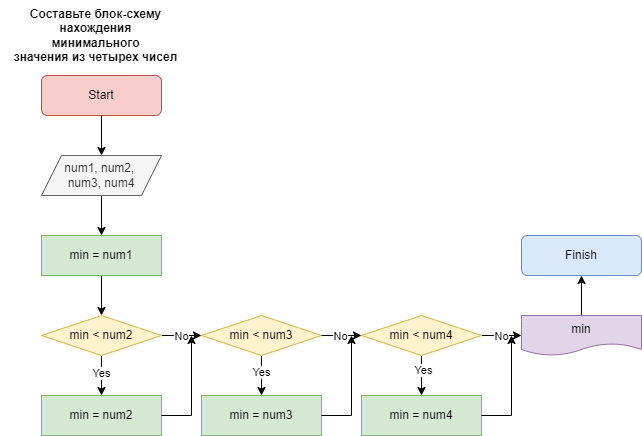
This is T1S1/task7.png from mgrom-dev/gb, a draw.io export, as it was before one commit. Source tidied: cells renumbered, new cells last; positions are measured from the earlier drawing's top-left corner, leaving out a move shared by most shapes. Source of this version:
```xml
<mxGraphModel>
  <root>
    <mxCell id="0" />
    <mxCell id="1" parent="0" />
    <mxCell id="2" value="Start" style="rounded=1;whiteSpace=wrap;html=1;fontSize=12;glass=0;strokeWidth=1;shadow=0;fillColor=#f8cecc;strokeColor=#b85450;" parent="1" vertex="1">
      <mxGeometry x="41" y="75" width="120" height="40" as="geometry" />
    </mxCell>
    <mxCell id="3" style="edgeStyle=orthogonalEdgeStyle;rounded=0;jettySize=auto;html=1;" parent="1" edge="1" source="4" target="10">
      <mxGeometry relative="1" as="geometry" />
    </mxCell>
    <mxCell id="4" value="num1, num2,&amp;nbsp;&lt;br&gt;num3, num4" style="shape=parallelogram;perimeter=parallelogramPerimeter;whiteSpace=wrap;html=1;fixedSize=1;fillColor=#f5f5f5;fontColor=#333333;strokeColor=#666666;" parent="1" vertex="1">
      <mxGeometry x="41" y="155" width="120" height="40" as="geometry" />
    </mxCell>
    <mxCell id="5" style="edgeStyle=orthogonalEdgeStyle;rounded=0;jettySize=auto;html=1;exitX=0.5;exitY=0;exitDx=0;exitDy=0;entryX=0.5;entryY=1;entryDx=0;entryDy=0;" parent="1" edge="1" source="6" target="7">
      <mxGeometry relative="1" as="geometry" />
    </mxCell>
    <mxCell id="6" value="min" style="shape=document;whiteSpace=wrap;html=1;boundedLbl=1;fillColor=#e1d5e7;strokeColor=#9673a6;" parent="1" vertex="1">
      <mxGeometry x="521" y="315" width="120" height="40" as="geometry" />
    </mxCell>
    <mxCell id="7" value="Finish" style="rounded=1;whiteSpace=wrap;html=1;fillColor=#dae8fc;strokeColor=#6c8ebf;" parent="1" vertex="1">
      <mxGeometry x="521" y="235" width="120" height="40" as="geometry" />
    </mxCell>
    <mxCell id="8" value="Составьте блок-схему&lt;br/&gt;нахождения &lt;br&gt;минимального&lt;br/&gt;значения из четырех чисел" style="text;html=1;align=center;verticalAlign=middle;strokeColor=none;fillColor=none;fontStyle=1;" parent="1" vertex="1">
      <mxGeometry width="190" height="70" as="geometry" />
    </mxCell>
    <mxCell id="9" style="edgeStyle=orthogonalEdgeStyle;rounded=0;jettySize=auto;html=1;" parent="1" edge="1" source="10" target="16">
      <mxGeometry relative="1" as="geometry" />
    </mxCell>
    <mxCell id="10" value="min = num1" style="whiteSpace=wrap;html=1;fillColor=#d5e8d4;strokeColor=#82b366;" parent="1" vertex="1">
      <mxGeometry x="41" y="235" width="120" height="40" as="geometry" />
    </mxCell>
    <mxCell id="11" style="endArrow=classic;html=1;rounded=0;" parent="1" edge="1" source="2">
      <mxGeometry relative="1" as="geometry">
        <mxPoint x="101" y="155" as="targetPoint" />
      </mxGeometry>
    </mxCell>
    <mxCell id="12" style="edgeStyle=orthogonalEdgeStyle;rounded=0;jettySize=auto;html=1;" parent="1" edge="1" source="16" target="17">
      <mxGeometry relative="1" as="geometry" />
    </mxCell>
    <mxCell id="13" value="Yes" style="edgeLabel;html=1;align=center;verticalAlign=middle;" parent="12" vertex="1">
      <mxGeometry x="-0.15" y="-1" relative="1" as="geometry" />
    </mxCell>
    <mxCell id="14" style="edgeStyle=orthogonalEdgeStyle;rounded=0;jettySize=auto;html=1;" parent="1" edge="1" source="16" target="20">
      <mxGeometry relative="1" as="geometry" />
    </mxCell>
    <mxCell id="15" value="No" style="edgeLabel;html=1;align=center;verticalAlign=middle;" parent="14" vertex="1">
      <mxGeometry x="-0.05" relative="1" as="geometry" />
    </mxCell>
    <mxCell id="16" value="min &amp;lt; num2" style="rhombus;whiteSpace=wrap;html=1;fillColor=#fff2cc;strokeColor=#d6b656;" parent="1" vertex="1">
      <mxGeometry x="41" y="315" width="120" height="40" as="geometry" />
    </mxCell>
    <mxCell id="17" value="min = num2" style="whiteSpace=wrap;html=1;fillColor=#d5e8d4;strokeColor=#82b366;" parent="1" vertex="1">
      <mxGeometry x="41" y="395" width="120" height="40" as="geometry" />
    </mxCell>
    <mxCell id="18" style="edgeStyle=orthogonalEdgeStyle;rounded=0;jettySize=auto;html=1;entryX=0.5;entryY=0;entryDx=0;entryDy=0;" parent="1" edge="1" source="20" target="22">
      <mxGeometry relative="1" as="geometry" />
    </mxCell>
    <mxCell id="19" value="Yes" style="edgeLabel;html=1;align=center;verticalAlign=middle;" parent="18" vertex="1">
      <mxGeometry x="-0.2" y="-1" relative="1" as="geometry" />
    </mxCell>
    <mxCell id="20" value="min &amp;lt; num3" style="rhombus;whiteSpace=wrap;html=1;fillColor=#fff2cc;strokeColor=#d6b656;" parent="1" vertex="1">
      <mxGeometry x="201" y="315" width="120" height="40" as="geometry" />
    </mxCell>
    <mxCell id="21" style="endArrow=classic;html=1;rounded=0;" parent="1" edge="1">
      <mxGeometry relative="1" as="geometry">
        <mxPoint x="161" y="415" as="sourcePoint" />
        <mxPoint x="191" y="335" as="targetPoint" />
        <Array as="points">
          <mxPoint x="191" y="415" />
        </Array>
      </mxGeometry>
    </mxCell>
    <mxCell id="22" value="min = num3" style="whiteSpace=wrap;html=1;fillColor=#d5e8d4;strokeColor=#82b366;" parent="1" vertex="1">
      <mxGeometry x="201" y="395" width="120" height="40" as="geometry" />
    </mxCell>
    <mxCell id="23" style="endArrow=classic;html=1;rounded=0;" parent="1" edge="1">
      <mxGeometry relative="1" as="geometry">
        <mxPoint x="321" y="415" as="sourcePoint" />
        <mxPoint x="351" y="335" as="targetPoint" />
        <Array as="points">
          <mxPoint x="351" y="415" />
        </Array>
      </mxGeometry>
    </mxCell>
    <mxCell id="24" style="edgeStyle=orthogonalEdgeStyle;rounded=0;jettySize=auto;html=1;" parent="1" edge="1" source="28">
      <mxGeometry relative="1" as="geometry">
        <mxPoint x="521" y="335" as="targetPoint" />
      </mxGeometry>
    </mxCell>
    <mxCell id="25" value="No" style="edgeLabel;html=1;align=center;verticalAlign=middle;" parent="24" vertex="1">
      <mxGeometry x="-0.05" relative="1" as="geometry" />
    </mxCell>
    <mxCell id="26" style="edgeStyle=orthogonalEdgeStyle;rounded=0;jettySize=auto;html=1;exitX=0.5;exitY=1;exitDx=0;exitDy=0;entryX=0.5;entryY=0;entryDx=0;entryDy=0;" parent="1" edge="1" source="28" target="31">
      <mxGeometry relative="1" as="geometry" />
    </mxCell>
    <mxCell id="27" value="Yes" style="edgeLabel;html=1;align=center;verticalAlign=middle;" parent="26" vertex="1">
      <mxGeometry x="-0.3" y="1" relative="1" as="geometry" />
    </mxCell>
    <mxCell id="28" value="min &amp;lt; num4" style="rhombus;whiteSpace=wrap;html=1;fillColor=#fff2cc;strokeColor=#d6b656;" parent="1" vertex="1">
      <mxGeometry x="361" y="315" width="120" height="40" as="geometry" />
    </mxCell>
    <mxCell id="29" style="endArrow=classic;html=1;rounded=0;exitX=1;exitY=0.5;exitDx=0;exitDy=0;" parent="1" edge="1" source="20">
      <mxGeometry relative="1" as="geometry">
        <mxPoint x="361" y="335" as="targetPoint" />
      </mxGeometry>
    </mxCell>
    <mxCell id="30" value="No" style="edgeLabel;html=1;align=center;verticalAlign=middle;" parent="29" vertex="1">
      <mxGeometry x="-0.1" relative="1" as="geometry" />
    </mxCell>
    <mxCell id="31" value="min = num4" style="whiteSpace=wrap;html=1;fillColor=#d5e8d4;strokeColor=#82b366;" parent="1" vertex="1">
      <mxGeometry x="361" y="395" width="120" height="40" as="geometry" />
    </mxCell>
    <mxCell id="32" style="endArrow=classic;html=1;rounded=0;" parent="1" edge="1">
      <mxGeometry relative="1" as="geometry">
        <mxPoint x="481" y="415" as="sourcePoint" />
        <mxPoint x="511" y="335" as="targetPoint" />
        <Array as="points">
          <mxPoint x="511" y="415" />
        </Array>
      </mxGeometry>
    </mxCell>
  </root>
</mxGraphModel>
```
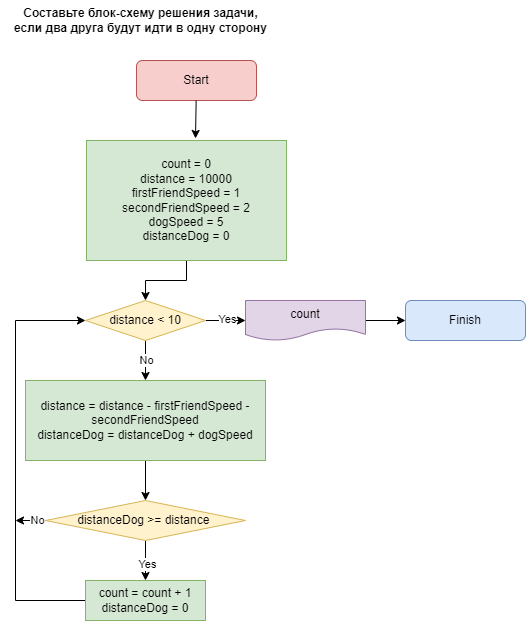
The same diagram one commit later.

Commit message:
complete task7 from T1S1

Change to the diagram source:
```diff
@@ -3,121 +3,77 @@
     <mxCell id="0" />
     <mxCell id="1" parent="0" />
     <mxCell id="2" value="Start" style="rounded=1;whiteSpace=wrap;html=1;fontSize=12;glass=0;strokeWidth=1;shadow=0;fillColor=#f8cecc;strokeColor=#b85450;" parent="1" vertex="1">
-      <mxGeometry x="41" y="75" width="120" height="40" as="geometry" />
+      <mxGeometry x="91" y="75" width="120" height="40" as="geometry" />
     </mxCell>
-    <mxCell id="3" style="edgeStyle=orthogonalEdgeStyle;rounded=0;jettySize=auto;html=1;" parent="1" edge="1" source="4" target="10">
-      <mxGeometry relative="1" as="geometry" />
-    </mxCell>
-    <mxCell id="4" value="num1, num2,&amp;nbsp;&lt;br&gt;num3, num4" style="shape=parallelogram;perimeter=parallelogramPerimeter;whiteSpace=wrap;html=1;fixedSize=1;fillColor=#f5f5f5;fontColor=#333333;strokeColor=#666666;" parent="1" vertex="1">
-      <mxGeometry x="41" y="155" width="120" height="40" as="geometry" />
-    </mxCell>
-    <mxCell id="5" style="edgeStyle=orthogonalEdgeStyle;rounded=0;jettySize=auto;html=1;exitX=0.5;exitY=0;exitDx=0;exitDy=0;entryX=0.5;entryY=1;entryDx=0;entryDy=0;" parent="1" edge="1" source="6" target="7">
+    <mxCell id="5" style="edgeStyle=orthogonalEdgeStyle;rounded=0;jettySize=auto;html=1;exitX=1;exitY=0.5;exitDx=0;exitDy=0;entryX=0;entryY=0.5;entryDx=0;entryDy=0;" parent="1" edge="1" source="6" target="7">
       <mxGeometry relative="1" as="geometry" />
     </mxCell>
-    <mxCell id="6" value="min" style="shape=document;whiteSpace=wrap;html=1;boundedLbl=1;fillColor=#e1d5e7;strokeColor=#9673a6;" parent="1" vertex="1">
-      <mxGeometry x="521" y="315" width="120" height="40" as="geometry" />
+    <mxCell id="6" value="count" style="shape=document;whiteSpace=wrap;html=1;boundedLbl=1;fillColor=#e1d5e7;strokeColor=#9673a6;" parent="1" vertex="1">
+      <mxGeometry x="200" y="315" width="120" height="40" as="geometry" />
     </mxCell>
     <mxCell id="7" value="Finish" style="rounded=1;whiteSpace=wrap;html=1;fillColor=#dae8fc;strokeColor=#6c8ebf;" parent="1" vertex="1">
-      <mxGeometry x="521" y="235" width="120" height="40" as="geometry" />
+      <mxGeometry x="360" y="315" width="120" height="40" as="geometry" />
     </mxCell>
-    <mxCell id="8" value="Составьте блок-схему&lt;br/&gt;нахождения &lt;br&gt;минимального&lt;br/&gt;значения из четырех чисел" style="text;html=1;align=center;verticalAlign=middle;strokeColor=none;fillColor=none;fontStyle=1;" parent="1" vertex="1">
-      <mxGeometry width="190" height="70" as="geometry" />
+    <mxCell id="8" value="Составьте блок-схему решения задачи, &lt;br&gt;если два друга будут идти в одну сторону" style="text;html=1;align=center;verticalAlign=middle;strokeColor=none;fillColor=none;fontStyle=1;" parent="1" vertex="1">
+      <mxGeometry x="-45" y="15" width="280" height="40" as="geometry" />
     </mxCell>
-    <mxCell id="9" style="edgeStyle=orthogonalEdgeStyle;rounded=0;jettySize=auto;html=1;" parent="1" edge="1" source="10" target="16">
+    <mxCell id="9" style="edgeStyle=orthogonalEdgeStyle;rounded=0;jettySize=auto;html=1;exitX=0.5;exitY=1;exitDx=0;exitDy=0;" parent="1" edge="1" source="10" target="16">
       <mxGeometry relative="1" as="geometry" />
     </mxCell>
-    <mxCell id="10" value="min = num1" style="whiteSpace=wrap;html=1;fillColor=#d5e8d4;strokeColor=#82b366;" parent="1" vertex="1">
-      <mxGeometry x="41" y="235" width="120" height="40" as="geometry" />
+    <mxCell id="10" value="count = 0&lt;br&gt;distance = 10000&lt;br&gt;firstFriendSpeed = 1&lt;br&gt;secondFriendSpeed = 2&lt;br&gt;dogSpeed = 5&lt;br&gt;distanceDog = 0" style="whiteSpace=wrap;html=1;fillColor=#d5e8d4;strokeColor=#82b366;" parent="1" vertex="1">
+      <mxGeometry x="41" y="155" width="200" height="120" as="geometry" />
     </mxCell>
-    <mxCell id="11" style="endArrow=classic;html=1;rounded=0;" parent="1" edge="1" source="2">
-      <mxGeometry relative="1" as="geometry">
-        <mxPoint x="101" y="155" as="targetPoint" />
-      </mxGeometry>
+    <mxCell id="11" style="endArrow=classic;html=1;rounded=0;entryX=0.545;entryY=-0.017;entryDx=0;entryDy=0;entryPerimeter=0;" parent="1" edge="1" source="2" target="10">
+      <mxGeometry relative="1" as="geometry" />
     </mxCell>
-    <mxCell id="12" style="edgeStyle=orthogonalEdgeStyle;rounded=0;jettySize=auto;html=1;" parent="1" edge="1" source="16" target="17">
+    <mxCell id="12" style="edgeStyle=orthogonalEdgeStyle;rounded=0;jettySize=auto;html=1;exitX=0.5;exitY=1;exitDx=0;exitDy=0;entryX=0.5;entryY=0;entryDx=0;entryDy=0;" parent="1" edge="1" source="16" target="17">
       <mxGeometry relative="1" as="geometry" />
     </mxCell>
-    <mxCell id="13" value="Yes" style="edgeLabel;html=1;align=center;verticalAlign=middle;" parent="12" vertex="1">
-      <mxGeometry x="-0.15" y="-1" relative="1" as="geometry" />
-    </mxCell>
-    <mxCell id="14" style="edgeStyle=orthogonalEdgeStyle;rounded=0;jettySize=auto;html=1;" parent="1" edge="1" source="16" target="20">
-      <mxGeometry relative="1" as="geometry" />
-    </mxCell>
-    <mxCell id="15" value="No" style="edgeLabel;html=1;align=center;verticalAlign=middle;" parent="14" vertex="1">
-      <mxGeometry x="-0.05" relative="1" as="geometry" />
-    </mxCell>
+    <mxCell id="33" value="No" style="edgeLabel;html=1;align=center;verticalAlign=middle;" parent="12" vertex="1">
+      <mxGeometry x="-0.05" relative="1" as="geometry" />
+    </mxCell>
+    <mxCell id="34" style="edgeStyle=orthogonalEdgeStyle;rounded=0;jettySize=auto;html=1;exitX=1;exitY=0.5;exitDx=0;exitDy=0;entryX=0;entryY=0.5;entryDx=0;entryDy=0;" parent="1" edge="1" source="16" target="6">
+      <mxGeometry relative="1" as="geometry" />
+    </mxCell>
+    <mxCell id="35" value="Yes" style="edgeLabel;html=1;align=center;verticalAlign=middle;" parent="34" vertex="1">
+      <mxGeometry x="0.05" y="2" relative="1" as="geometry" />
+    </mxCell>
-    <mxCell id="16" value="min &amp;lt; num2" style="rhombus;whiteSpace=wrap;html=1;fillColor=#fff2cc;strokeColor=#d6b656;" parent="1" vertex="1">
-      <mxGeometry x="41" y="315" width="120" height="40" as="geometry" />
+    <mxCell id="16" value="distance &amp;lt; 10" style="rhombus;whiteSpace=wrap;html=1;fillColor=#fff2cc;strokeColor=#d6b656;" parent="1" vertex="1">
+      <mxGeometry x="40" y="315" width="120" height="40" as="geometry" />
     </mxCell>
+    <mxCell id="36" style="edgeStyle=orthogonalEdgeStyle;rounded=0;jettySize=auto;html=1;exitX=0.5;exitY=1;exitDx=0;exitDy=0;entryX=0.5;entryY=0;entryDx=0;entryDy=0;" parent="1" edge="1" source="17" target="41">
+      <mxGeometry relative="1" as="geometry" />
+    </mxCell>
-    <mxCell id="17" value="min = num2" style="whiteSpace=wrap;html=1;fillColor=#d5e8d4;strokeColor=#82b366;" parent="1" vertex="1">
-      <mxGeometry x="41" y="395" width="120" height="40" as="geometry" />
+    <mxCell id="17" value="distance = distance - firstFriendSpeed - secondFriendSpeed&lt;br&gt;distanceDog = distanceDog&amp;nbsp;+ dogSpeed" style="whiteSpace=wrap;html=1;fillColor=#d5e8d4;strokeColor=#82b366;" parent="1" vertex="1">
+      <mxGeometry x="-20" y="395" width="240" height="80" as="geometry" />
     </mxCell>
-    <mxCell id="18" style="edgeStyle=orthogonalEdgeStyle;rounded=0;jettySize=auto;html=1;entryX=0.5;entryY=0;entryDx=0;entryDy=0;" parent="1" edge="1" source="20" target="22">
-      <mxGeometry relative="1" as="geometry" />
-    </mxCell>
-    <mxCell id="19" value="Yes" style="edgeLabel;html=1;align=center;verticalAlign=middle;" parent="18" vertex="1">
-      <mxGeometry x="-0.2" y="-1" relative="1" as="geometry" />
-    </mxCell>
-    <mxCell id="20" value="min &amp;lt; num3" style="rhombus;whiteSpace=wrap;html=1;fillColor=#fff2cc;strokeColor=#d6b656;" parent="1" vertex="1">
-      <mxGeometry x="201" y="315" width="120" height="40" as="geometry" />
-    </mxCell>
-    <mxCell id="21" style="endArrow=classic;html=1;rounded=0;" parent="1" edge="1">
-      <mxGeometry relative="1" as="geometry">
-        <mxPoint x="161" y="415" as="sourcePoint" />
-        <mxPoint x="191" y="335" as="targetPoint" />
-        <Array as="points">
-          <mxPoint x="191" y="415" />
-        </Array>
-      </mxGeometry>
-    </mxCell>
-    <mxCell id="22" value="min = num3" style="whiteSpace=wrap;html=1;fillColor=#d5e8d4;strokeColor=#82b366;" parent="1" vertex="1">
-      <mxGeometry x="201" y="395" width="120" height="40" as="geometry" />
-    </mxCell>
-    <mxCell id="23" style="endArrow=classic;html=1;rounded=0;" parent="1" edge="1">
-      <mxGeometry relative="1" as="geometry">
-        <mxPoint x="321" y="415" as="sourcePoint" />
-        <mxPoint x="351" y="335" as="targetPoint" />
-        <Array as="points">
-          <mxPoint x="351" y="415" />
-        </Array>
-      </mxGeometry>
-    </mxCell>
-    <mxCell id="24" style="edgeStyle=orthogonalEdgeStyle;rounded=0;jettySize=auto;html=1;" parent="1" edge="1" source="28">
-      <mxGeometry relative="1" as="geometry">
-        <mxPoint x="521" y="335" as="targetPoint" />
-      </mxGeometry>
-    </mxCell>
-    <mxCell id="25" value="No" style="edgeLabel;html=1;align=center;verticalAlign=middle;" parent="24" vertex="1">
-      <mxGeometry x="-0.05" relative="1" as="geometry" />
-    </mxCell>
-    <mxCell id="26" style="edgeStyle=orthogonalEdgeStyle;rounded=0;jettySize=auto;html=1;exitX=0.5;exitY=1;exitDx=0;exitDy=0;entryX=0.5;entryY=0;entryDx=0;entryDy=0;" parent="1" edge="1" source="28" target="31">
-      <mxGeometry relative="1" as="geometry" />
-    </mxCell>
-    <mxCell id="27" value="Yes" style="edgeLabel;html=1;align=center;verticalAlign=middle;" parent="26" vertex="1">
-      <mxGeometry x="-0.3" y="1" relative="1" as="geometry" />
-    </mxCell>
-    <mxCell id="28" value="min &amp;lt; num4" style="rhombus;whiteSpace=wrap;html=1;fillColor=#fff2cc;strokeColor=#d6b656;" parent="1" vertex="1">
-      <mxGeometry x="361" y="315" width="120" height="40" as="geometry" />
-    </mxCell>
-    <mxCell id="29" style="endArrow=classic;html=1;rounded=0;exitX=1;exitY=0.5;exitDx=0;exitDy=0;" parent="1" edge="1" source="20">
-      <mxGeometry relative="1" as="geometry">
-        <mxPoint x="361" y="335" as="targetPoint" />
-      </mxGeometry>
-    </mxCell>
-    <mxCell id="30" value="No" style="edgeLabel;html=1;align=center;verticalAlign=middle;" parent="29" vertex="1">
-      <mxGeometry x="-0.1" relative="1" as="geometry" />
-    </mxCell>
-    <mxCell id="31" value="min = num4" style="whiteSpace=wrap;html=1;fillColor=#d5e8d4;strokeColor=#82b366;" parent="1" vertex="1">
-      <mxGeometry x="361" y="395" width="120" height="40" as="geometry" />
-    </mxCell>
-    <mxCell id="32" style="endArrow=classic;html=1;rounded=0;" parent="1" edge="1">
-      <mxGeometry relative="1" as="geometry">
-        <mxPoint x="481" y="415" as="sourcePoint" />
-        <mxPoint x="511" y="335" as="targetPoint" />
-        <Array as="points">
-          <mxPoint x="511" y="415" />
-        </Array>
-      </mxGeometry>
-    </mxCell>
+    <mxCell id="37" style="edgeStyle=orthogonalEdgeStyle;rounded=0;jettySize=auto;html=1;exitX=0.5;exitY=1;exitDx=0;exitDy=0;entryX=0.5;entryY=0;entryDx=0;entryDy=0;" parent="1" edge="1" source="41" target="43">
+      <mxGeometry relative="1" as="geometry" />
+    </mxCell>
+    <mxCell id="38" value="Yes" style="edgeLabel;html=1;align=center;verticalAlign=middle;" parent="37" vertex="1">
+      <mxGeometry x="0.15" y="1" relative="1" as="geometry" />
+    </mxCell>
+    <mxCell id="39" style="edgeStyle=orthogonalEdgeStyle;rounded=0;jettySize=auto;html=1;exitX=0;exitY=0.5;exitDx=0;exitDy=0;" parent="1" edge="1" source="41">
+      <mxGeometry relative="1" as="geometry">
+        <mxPoint x="-30" y="535" as="targetPoint" />
+      </mxGeometry>
+    </mxCell>
+    <mxCell id="40" value="No" style="edgeLabel;html=1;align=center;verticalAlign=middle;" parent="39" vertex="1">
+      <mxGeometry x="-0.4" y="-1" relative="1" as="geometry" />
+    </mxCell>
+    <mxCell id="41" value="distanceDog &amp;gt;= distance&amp;nbsp;" style="rhombus;whiteSpace=wrap;html=1;fillColor=#fff2cc;strokeColor=#d6b656;" parent="1" vertex="1">
+      <mxGeometry y="515" width="200" height="40" as="geometry" />
+    </mxCell>
+    <mxCell id="42" style="edgeStyle=orthogonalEdgeStyle;rounded=0;jettySize=auto;html=1;exitX=0;exitY=0.5;exitDx=0;exitDy=0;entryX=0;entryY=0.5;entryDx=0;entryDy=0;" parent="1" edge="1" source="43" target="16">
+      <mxGeometry relative="1" as="geometry">
+        <Array as="points">
+          <mxPoint x="-30" y="615" />
+          <mxPoint x="-30" y="335" />
+        </Array>
+      </mxGeometry>
+    </mxCell>
+    <mxCell id="43" value="count =&amp;nbsp;count + 1&lt;br&gt;distanceDog = 0" style="whiteSpace=wrap;html=1;fillColor=#d5e8d4;strokeColor=#82b366;" parent="1" vertex="1">
+      <mxGeometry x="40" y="595" width="120" height="40" as="geometry" />
+    </mxCell>
   </root>
 </mxGraphModel>
```
